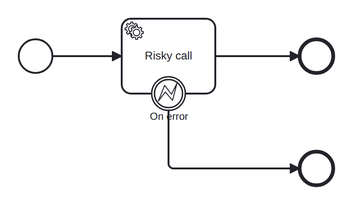
The BPMN diagram conformance/catalog/diagrams/boundary-error.png in pblumer/atlas, before a commit. Its source is kept beside it as conformance/models/boundary-error.bpmn. Ids are renumbered. The source it was exported from:
```xml
<!--
  Conformance micro-fixture: an interrupting boundary error event.

  Start -> serviceTask "call" -> End "done", with a boundary error event catching
  error code "BOOM" on "call" and routing to End "handled". The driver plays a
  worker that throws the business error (ThrowError) instead of completing the job;
  the boundary catches it, interrupts the host, and the token leaves via the error
  path to "handled". Driver: ThrowError("call", "BOOM").
-->
<definitions xmlns="http://www.omg.org/spec/BPMN/20100524/MODEL"
             xmlns:bpmndi="http://www.omg.org/spec/BPMN/20100524/DI"
             xmlns:dc="http://www.omg.org/spec/DD/20100524/DC"
             xmlns:di="http://www.omg.org/spec/DD/20100524/DI"
             xmlns:zeebe="http://camunda.org/schema/zeebe/1.0"
             id="defs_boundary_error" targetNamespace="http://atlas/conformance">
  <error id="Err_boom" errorCode="BOOM" name="Boom"/>
  <process id="boundary-error" name="Boundary error" isExecutable="true">
    <startEvent id="start"/>
    <serviceTask id="call" name="Risky call">
      <extensionElements>
        <zeebe:taskDefinition type="call" retries="3"/>
      </extensionElements>
    </serviceTask>
    <boundaryEvent id="on_error" name="On error" attachedToRef="call">
      <errorEventDefinition errorRef="Err_boom"/>
    </boundaryEvent>
    <endEvent id="done"/>
    <endEvent id="handled"/>
    <sequenceFlow id="f1" sourceRef="start" targetRef="call"/>
    <sequenceFlow id="f2" sourceRef="call" targetRef="done"/>
    <sequenceFlow id="f3" sourceRef="on_error" targetRef="handled"/>
  </process>
  <bpmndi:BPMNDiagram id="diagram">
    <bpmndi:BPMNPlane id="plane" bpmnElement="boundary-error">
      <bpmndi:BPMNShape id="di_start" bpmnElement="start"><dc:Bounds x="160" y="182" width="36" height="36"/></bpmndi:BPMNShape>
      <bpmndi:BPMNShape id="di_call" bpmnElement="call"><dc:Bounds x="270" y="160" width="100" height="80"/></bpmndi:BPMNShape>
      <bpmndi:BPMNShape id="di_done" bpmnElement="done"><dc:Bounds x="460" y="182" width="36" height="36"/></bpmndi:BPMNShape>
      <bpmndi:BPMNShape id="di_on_error" bpmnElement="on_error"><dc:Bounds x="302" y="222" width="36" height="36"/></bpmndi:BPMNShape>
      <bpmndi:BPMNShape id="di_handled" bpmnElement="handled"><dc:Bounds x="460" y="302" width="36" height="36"/></bpmndi:BPMNShape>
      <bpmndi:BPMNEdge id="di_f1" bpmnElement="f1"><di:waypoint x="196" y="200"/><di:waypoint x="270" y="200"/></bpmndi:BPMNEdge>
      <bpmndi:BPMNEdge id="di_f2" bpmnElement="f2"><di:waypoint x="370" y="200"/><di:waypoint x="460" y="200"/></bpmndi:BPMNEdge>
      <bpmndi:BPMNEdge id="di_f3" bpmnElement="f3"><di:waypoint x="320" y="258"/><di:waypoint x="320" y="320"/><di:waypoint x="460" y="320"/></bpmndi:BPMNEdge>
    </bpmndi:BPMNPlane>
  </bpmndi:BPMNDiagram>
</definitions>
```
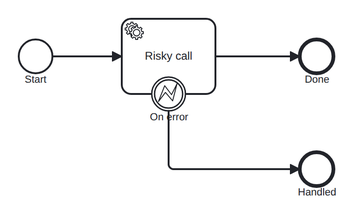
Later version of the same file.

Change to the diagram source:
```diff
@@ -15,7 +15,7 @@
              id="defs_boundary_error" targetNamespace="http://atlas/conformance">
   <error id="Err_boom" errorCode="BOOM" name="Boom"/>
   <process id="boundary-error" name="Boundary error" isExecutable="true">
-    <startEvent id="start"/>
+    <startEvent id="start" name="Start"/>
     <serviceTask id="call" name="Risky call">
       <extensionElements>
         <zeebe:taskDefinition type="call" retries="3"/>
@@ -24,8 +24,8 @@
     <boundaryEvent id="on_error" name="On error" attachedToRef="call">
       <errorEventDefinition errorRef="Err_boom"/>
     </boundaryEvent>
-    <endEvent id="done"/>
-    <endEvent id="handled"/>
+    <endEvent id="done" name="Done"/>
+    <endEvent id="handled" name="Handled"/>
     <sequenceFlow id="f1" sourceRef="start" targetRef="call"/>
     <sequenceFlow id="f2" sourceRef="call" targetRef="done"/>
     <sequenceFlow id="f3" sourceRef="on_error" targetRef="handled"/>
```
